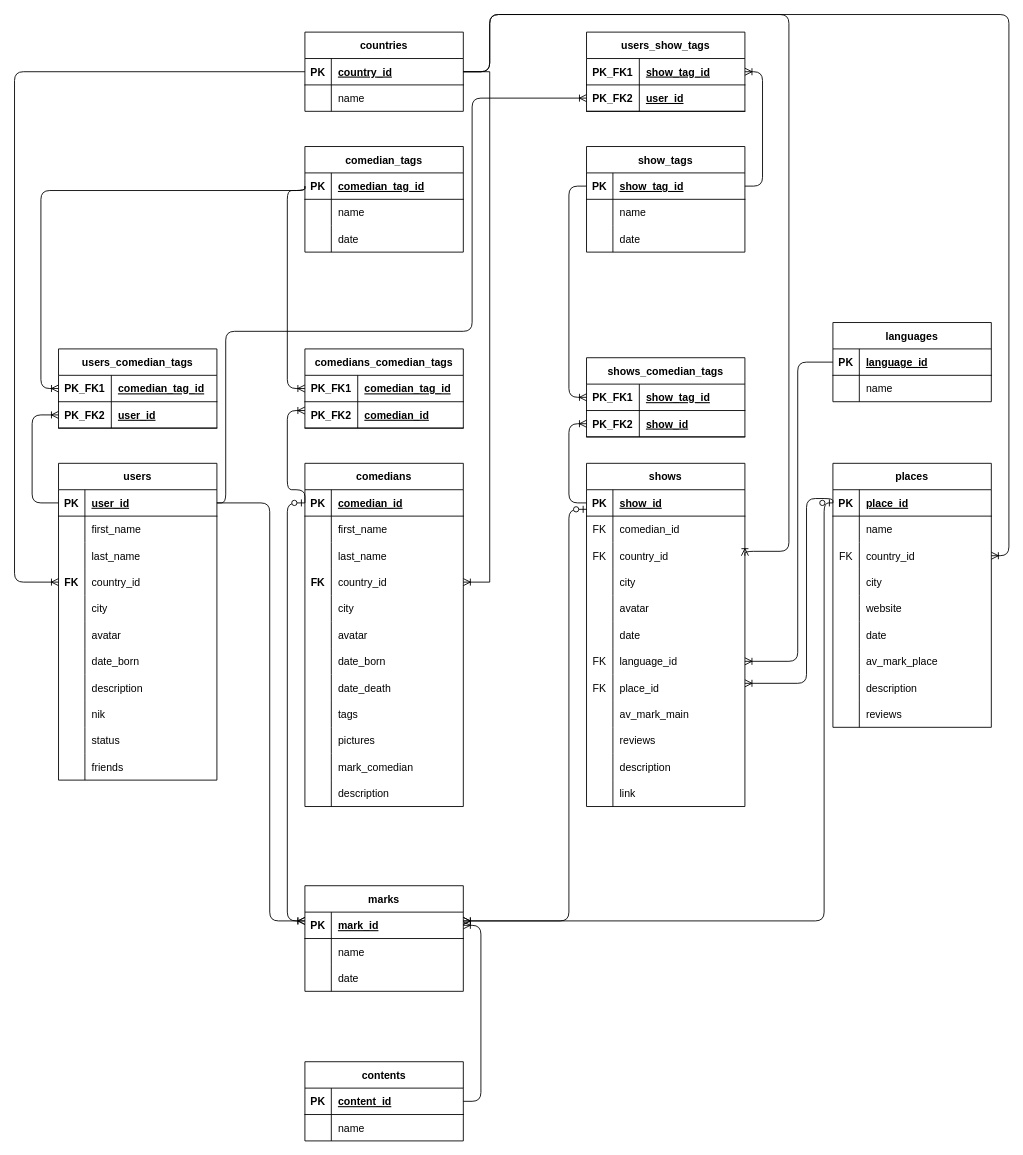
Earlier version of the draw.io diagram schema.drawio (gitSergeyhab/stand_up_1). Source tidied: cells renumbered, new cells numbered last; positions are measured from the earlier drawing's top-left corner, leaving out a move shared by most shapes. Both pictures are drawn from the tidied source at 88%, with x=0, y=0 at pixel (14, 14).
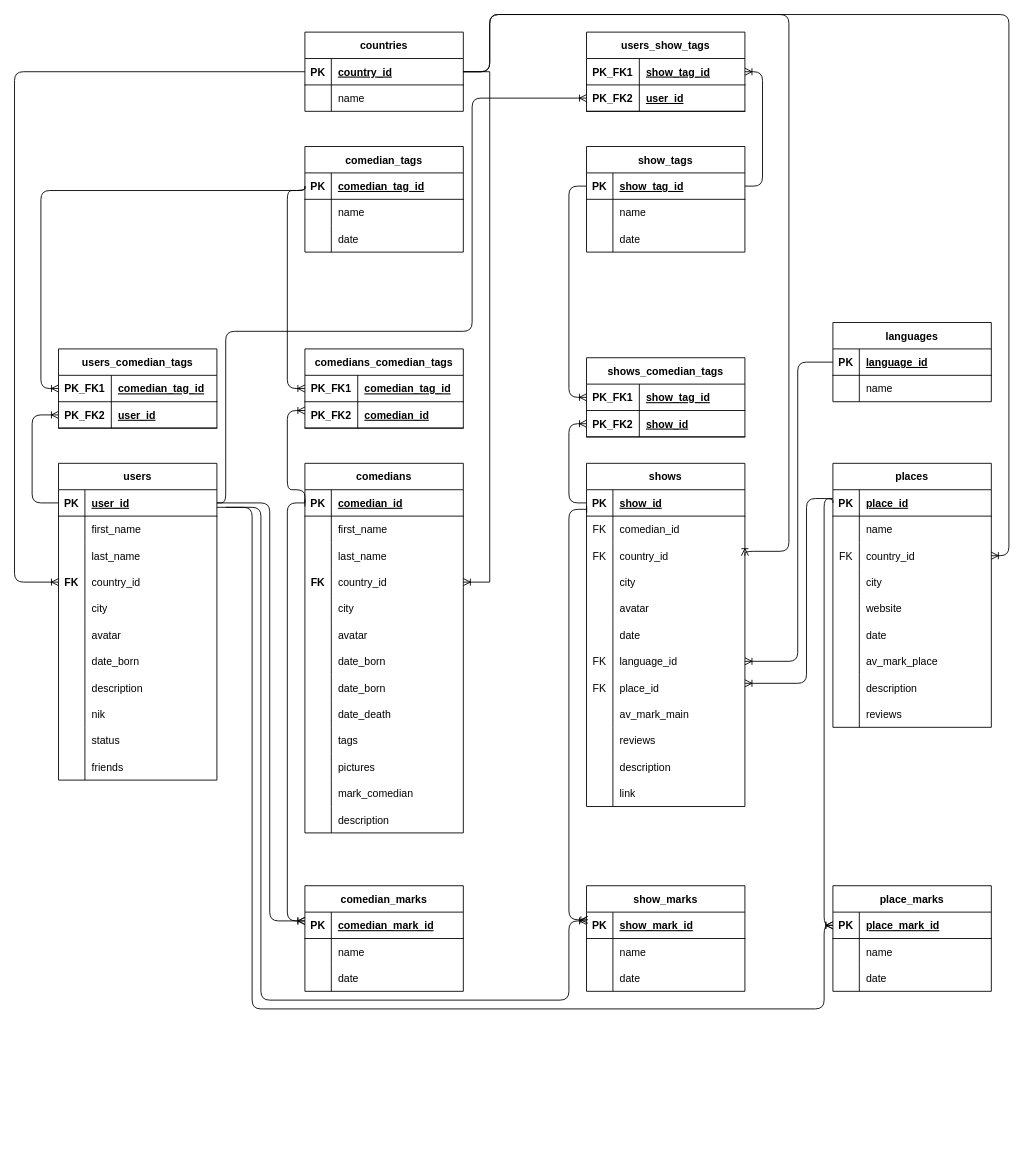
The same page after the edit.

Unchanged cells that the change refers to:
```xml
<mxCell id="3" style="shape=tableRow;horizontal=0;startSize=0;swimlaneHead=0;swimlaneBody=0;fillColor=none;points=[[0,0.5],[1,0.5]];portConstraint=eastwest;top=0;left=0;right=0;bottom=1;" parent="2" vertex="1">
  <mxGeometry y="30" width="180" height="30" as="geometry" />
</mxCell>
<mxCell id="54" style="shape=tableRow;horizontal=0;startSize=0;swimlaneHead=0;swimlaneBody=0;fillColor=none;points=[[0,0.5],[1,0.5]];portConstraint=eastwest;top=0;left=0;right=0;bottom=1;" parent="53" vertex="1">
  <mxGeometry y="30" width="180" height="30" as="geometry" />
</mxCell>
<mxCell id="91" style="shape=tableRow;horizontal=0;startSize=0;swimlaneHead=0;swimlaneBody=0;fillColor=none;points=[[0,0.5],[1,0.5]];portConstraint=eastwest;top=0;left=0;right=0;bottom=1;" parent="90" vertex="1">
  <mxGeometry y="30" width="180" height="30" as="geometry" />
</mxCell>
<mxCell id="119" style="shape=tableRow;horizontal=0;startSize=0;swimlaneHead=0;swimlaneBody=0;fillColor=none;points=[[0,0.5],[1,0.5]];portConstraint=eastwest;top=0;left=0;right=0;bottom=1;" parent="118" vertex="1">
  <mxGeometry y="30" width="180" height="30" as="geometry" />
</mxCell>
```

Diff of the diagram source:
```diff
@@
     <mxCell id="2" value="comedians" style="shape=table;startSize=30;childLayout=tableLayout;rowLines=0;fontStyle=1;align=center;" parent="1" vertex="1">
-      <mxGeometry x="330" y="510" width="180" height="390" as="geometry" />
+      <mxGeometry x="330" y="510" width="180" height="420" as="geometry" />
     </mxCell>
@@
+    <mxCell id="236" style="shape=tableRow;horizontal=0;startSize=0;swimlaneHead=0;swimlaneBody=0;fillColor=none;top=0;left=0;right=0;bottom=0;" parent="2" vertex="1">
+      <mxGeometry y="240" width="180" height="30" as="geometry" />
+    </mxCell>
+    <mxCell id="237" style="shape=partialRectangle;fillColor=none;top=0;left=0;bottom=0;right=0;overflow=hidden;" parent="236" vertex="1">
+      <mxGeometry width="30" height="30" as="geometry" />
+    </mxCell>
+    <mxCell id="238" value="date_born" style="shape=partialRectangle;fillColor=none;top=0;left=0;bottom=0;right=0;align=left;spacingLeft=6;overflow=hidden;" parent="236" vertex="1">
+      <mxGeometry x="30" width="150" height="30" as="geometry" />
+    </mxCell>
     <mxCell id="24" style="shape=tableRow;horizontal=0;startSize=0;swimlaneHead=0;swimlaneBody=0;fillColor=none;top=0;left=0;right=0;bottom=0;" parent="2" vertex="1">
-      <mxGeometry y="240" width="180" height="30" as="geometry" />
+      <mxGeometry y="270" width="180" height="30" as="geometry" />
     </mxCell>
@@
     <mxCell id="27" style="shape=tableRow;horizontal=0;startSize=0;swimlaneHead=0;swimlaneBody=0;fillColor=none;top=0;left=0;right=0;bottom=0;" parent="2" vertex="1">
-      <mxGeometry y="270" width="180" height="30" as="geometry" />
+      <mxGeometry y="300" width="180" height="30" as="geometry" />
     </mxCell>
@@
     <mxCell id="30" style="shape=tableRow;horizontal=0;startSize=0;swimlaneHead=0;swimlaneBody=0;fillColor=none;top=0;left=0;right=0;bottom=0;" parent="2" vertex="1">
-      <mxGeometry y="300" width="180" height="30" as="geometry" />
+      <mxGeometry y="330" width="180" height="30" as="geometry" />
     </mxCell>
@@
     <mxCell id="33" style="shape=tableRow;horizontal=0;startSize=0;swimlaneHead=0;swimlaneBody=0;fillColor=none;top=0;left=0;right=0;bottom=0;" parent="2" vertex="1">
-      <mxGeometry y="330" width="180" height="30" as="geometry" />
+      <mxGeometry y="360" width="180" height="30" as="geometry" />
     </mxCell>
@@
     <mxCell id="36" style="shape=tableRow;horizontal=0;startSize=0;swimlaneHead=0;swimlaneBody=0;fillColor=none;top=0;left=0;right=0;bottom=0;" parent="2" vertex="1">
-      <mxGeometry y="360" width="180" height="30" as="geometry" />
+      <mxGeometry y="390" width="180" height="30" as="geometry" />
     </mxCell>
@@
-    <mxCell id="118" value="marks" style="shape=table;startSize=30;childLayout=tableLayout;rowLines=0;fontStyle=1;align=center;" parent="1" vertex="1">
+    <mxCell id="118" value="comedian_marks" style="shape=table;startSize=30;childLayout=tableLayout;rowLines=0;fontStyle=1;align=center;" parent="1" vertex="1">
       <mxGeometry x="330" y="990" width="180" height="120" as="geometry" />
     </mxCell>
@@
-    <mxCell id="121" value="mark_id" style="shape=partialRectangle;fillColor=none;top=0;left=0;bottom=0;right=0;align=left;spacingLeft=6;fontStyle=5;overflow=hidden;" parent="119" vertex="1">
+    <mxCell id="121" value="comedian_mark_id" style="shape=partialRectangle;fillColor=none;top=0;left=0;bottom=0;right=0;align=left;spacingLeft=6;fontStyle=5;overflow=hidden;" parent="119" vertex="1">
       <mxGeometry x="30" width="150" height="30" as="geometry" />
     </mxCell>
@@
-    <mxCell id="225" value="contents" style="shape=table;startSize=30;childLayout=tableLayout;rowLines=0;fontStyle=1;align=center;" parent="1" vertex="1">
-      <mxGeometry x="330" y="1190" width="180" height="90" as="geometry" />
-    </mxCell>
-    <mxCell id="226" style="shape=tableRow;horizontal=0;startSize=0;swimlaneHead=0;swimlaneBody=0;fillColor=none;points=[[0,0.5],[1,0.5]];portConstraint=eastwest;top=0;left=0;right=0;bottom=1;" parent="225" vertex="1">
-      <mxGeometry y="30" width="180" height="30" as="geometry" />
-    </mxCell>
-    <mxCell id="227" value="PK" style="shape=partialRectangle;fillColor=none;top=0;left=0;bottom=0;right=0;fontStyle=1;overflow=hidden;" parent="226" vertex="1">
-      <mxGeometry width="30" height="30" as="geometry" />
-    </mxCell>
-    <mxCell id="228" value="content_id" style="shape=partialRectangle;fillColor=none;top=0;left=0;bottom=0;right=0;align=left;spacingLeft=6;fontStyle=5;overflow=hidden;" parent="226" vertex="1">
-      <mxGeometry x="30" width="150" height="30" as="geometry" />
-    </mxCell>
-    <mxCell id="229" style="shape=tableRow;horizontal=0;startSize=0;swimlaneHead=0;swimlaneBody=0;fillColor=none;top=0;left=0;right=0;bottom=0;" parent="225" vertex="1">
-      <mxGeometry y="60" width="180" height="30" as="geometry" />
-    </mxCell>
-    <mxCell id="230" style="shape=partialRectangle;fillColor=none;top=0;left=0;bottom=0;right=0;overflow=hidden;" parent="229" vertex="1">
-      <mxGeometry width="30" height="30" as="geometry" />
-    </mxCell>
-    <mxCell id="231" value="name" style="shape=partialRectangle;fillColor=none;top=0;left=0;bottom=0;right=0;align=left;spacingLeft=6;overflow=hidden;" parent="229" vertex="1">
-      <mxGeometry x="30" width="150" height="30" as="geometry" />
-    </mxCell>
-    <mxCell id="232" style="edgeStyle=orthogonalEdgeStyle;fontSize=12;html=1;endArrow=ERoneToMany;rounded=1;exitX=1;exitY=0.5;exitDx=0;exitDy=0;entryX=1;entryY=0.5;entryDx=0;entryDy=0;" parent="1" edge="1" source="226" target="119">
-      <mxGeometry relative="1" as="geometry">
-        <Array as="points">
-          <mxPoint x="530" y="1235" />
-          <mxPoint x="530" y="1035" />
-        </Array>
-      </mxGeometry>
-    </mxCell>
-    <mxCell id="233" style="edgeStyle=orthogonalEdgeStyle;fontSize=12;html=1;endArrow=ERoneToMany;startArrow=ERzeroToOne;rounded=1;" parent="1" edge="1" source="3">
+    <mxCell id="233" style="edgeStyle=orthogonalEdgeStyle;fontSize=12;html=1;endArrow=ERoneToMany;startArrow=baseDash;rounded=1;startFill=0;" parent="1" edge="1" source="3">
       <mxGeometry relative="1" as="geometry">
         <mxPoint x="330" y="1030" as="targetPoint" />
         <Array as="points">
           <mxPoint x="310" y="555" />
           <mxPoint x="310" y="1030" />
         </Array>
       </mxGeometry>
     </mxCell>
-    <mxCell id="234" style="edgeStyle=orthogonalEdgeStyle;fontSize=12;html=1;endArrow=ERoneToMany;startArrow=ERzeroToOne;rounded=1;exitX=0.001;exitY=0.742;exitDx=0;exitDy=0;exitPerimeter=0;" parent="1" edge="1" source="54">
+    <mxCell id="234" style="edgeStyle=orthogonalEdgeStyle;fontSize=12;html=1;endArrow=ERoneToMany;startArrow=baseDash;rounded=1;exitX=0.001;exitY=0.742;exitDx=0;exitDy=0;exitPerimeter=0;entryX=0.009;entryY=0.289;entryDx=0;entryDy=0;entryPerimeter=0;startFill=0;" parent="1" edge="1" source="54" target="240">
       <mxGeometry relative="1" as="geometry">
-        <mxPoint x="510" y="1030" as="targetPoint" />
         <Array as="points">
           <mxPoint x="630" y="562" />
-          <mxPoint x="630" y="1030" />
-          <mxPoint x="510" y="1030" />
+          <mxPoint x="630" y="1029" />
         </Array>
       </mxGeometry>
     </mxCell>
-    <mxCell id="235" style="edgeStyle=orthogonalEdgeStyle;fontSize=12;html=1;endArrow=ERoneToMany;startArrow=ERzeroToOne;rounded=1;exitX=0;exitY=0.5;exitDx=0;exitDy=0;jumpStyle=none;" parent="1" edge="1" source="91">
-      <mxGeometry relative="1" as="geometry">
-        <mxPoint x="510" y="1030" as="targetPoint" />
-        <Array as="points">
-          <mxPoint x="920" y="555" />
-          <mxPoint x="920" y="1030" />
-        </Array>
-      </mxGeometry>
-    </mxCell>
+    <mxCell id="239" value="show_marks" style="shape=table;startSize=30;childLayout=tableLayout;rowLines=0;fontStyle=1;align=center;" parent="1" vertex="1">
+      <mxGeometry x="650" y="990" width="180" height="120" as="geometry" />
+    </mxCell>
+    <mxCell id="240" style="shape=tableRow;horizontal=0;startSize=0;swimlaneHead=0;swimlaneBody=0;fillColor=none;points=[[0,0.5],[1,0.5]];portConstraint=eastwest;top=0;left=0;right=0;bottom=1;" parent="239" vertex="1">
+      <mxGeometry y="30" width="180" height="30" as="geometry" />
+    </mxCell>
+    <mxCell id="241" value="PK" style="shape=partialRectangle;fillColor=none;top=0;left=0;bottom=0;right=0;fontStyle=1;overflow=hidden;" parent="240" vertex="1">
+      <mxGeometry width="30" height="30" as="geometry" />
+    </mxCell>
+    <mxCell id="242" value="show_mark_id" style="shape=partialRectangle;fillColor=none;top=0;left=0;bottom=0;right=0;align=left;spacingLeft=6;fontStyle=5;overflow=hidden;" parent="240" vertex="1">
+      <mxGeometry x="30" width="150" height="30" as="geometry" />
+    </mxCell>
+    <mxCell id="243" style="shape=tableRow;horizontal=0;startSize=0;swimlaneHead=0;swimlaneBody=0;fillColor=none;top=0;left=0;right=0;bottom=0;" parent="239" vertex="1">
+      <mxGeometry y="60" width="180" height="30" as="geometry" />
+    </mxCell>
+    <mxCell id="244" style="shape=partialRectangle;fillColor=none;top=0;left=0;bottom=0;right=0;overflow=hidden;" parent="243" vertex="1">
+      <mxGeometry width="30" height="30" as="geometry" />
+    </mxCell>
+    <mxCell id="245" value="name" style="shape=partialRectangle;fillColor=none;top=0;left=0;bottom=0;right=0;align=left;spacingLeft=6;overflow=hidden;" parent="243" vertex="1">
+      <mxGeometry x="30" width="150" height="30" as="geometry" />
+    </mxCell>
+    <mxCell id="246" style="shape=tableRow;horizontal=0;startSize=0;swimlaneHead=0;swimlaneBody=0;fillColor=none;top=0;left=0;right=0;bottom=0;" parent="239" vertex="1">
+      <mxGeometry y="90" width="180" height="30" as="geometry" />
+    </mxCell>
+    <mxCell id="247" style="shape=partialRectangle;fillColor=none;top=0;left=0;bottom=0;right=0;overflow=hidden;" parent="246" vertex="1">
+      <mxGeometry width="30" height="30" as="geometry" />
+    </mxCell>
+    <mxCell id="248" value="date" style="shape=partialRectangle;fillColor=none;top=0;left=0;bottom=0;right=0;align=left;spacingLeft=6;overflow=hidden;" parent="246" vertex="1">
+      <mxGeometry x="30" width="150" height="30" as="geometry" />
+    </mxCell>
+    <mxCell id="249" value="place_marks" style="shape=table;startSize=30;childLayout=tableLayout;rowLines=0;fontStyle=1;align=center;" parent="1" vertex="1">
+      <mxGeometry x="930" y="990" width="180" height="120" as="geometry" />
+    </mxCell>
+    <mxCell id="250" style="shape=tableRow;horizontal=0;startSize=0;swimlaneHead=0;swimlaneBody=0;fillColor=none;points=[[0,0.5],[1,0.5]];portConstraint=eastwest;top=0;left=0;right=0;bottom=1;" parent="249" vertex="1">
+      <mxGeometry y="30" width="180" height="30" as="geometry" />
+    </mxCell>
+    <mxCell id="251" value="PK" style="shape=partialRectangle;fillColor=none;top=0;left=0;bottom=0;right=0;fontStyle=1;overflow=hidden;" parent="250" vertex="1">
+      <mxGeometry width="30" height="30" as="geometry" />
+    </mxCell>
+    <mxCell id="252" value="place_mark_id" style="shape=partialRectangle;fillColor=none;top=0;left=0;bottom=0;right=0;align=left;spacingLeft=6;fontStyle=5;overflow=hidden;" parent="250" vertex="1">
+      <mxGeometry x="30" width="150" height="30" as="geometry" />
+    </mxCell>
+    <mxCell id="253" style="shape=tableRow;horizontal=0;startSize=0;swimlaneHead=0;swimlaneBody=0;fillColor=none;top=0;left=0;right=0;bottom=0;" parent="249" vertex="1">
+      <mxGeometry y="60" width="180" height="30" as="geometry" />
+    </mxCell>
+    <mxCell id="254" style="shape=partialRectangle;fillColor=none;top=0;left=0;bottom=0;right=0;overflow=hidden;" parent="253" vertex="1">
+      <mxGeometry width="30" height="30" as="geometry" />
+    </mxCell>
+    <mxCell id="255" value="name" style="shape=partialRectangle;fillColor=none;top=0;left=0;bottom=0;right=0;align=left;spacingLeft=6;overflow=hidden;" parent="253" vertex="1">
+      <mxGeometry x="30" width="150" height="30" as="geometry" />
+    </mxCell>
+    <mxCell id="256" style="shape=tableRow;horizontal=0;startSize=0;swimlaneHead=0;swimlaneBody=0;fillColor=none;top=0;left=0;right=0;bottom=0;" parent="249" vertex="1">
+      <mxGeometry y="90" width="180" height="30" as="geometry" />
+    </mxCell>
+    <mxCell id="257" style="shape=partialRectangle;fillColor=none;top=0;left=0;bottom=0;right=0;overflow=hidden;" parent="256" vertex="1">
+      <mxGeometry width="30" height="30" as="geometry" />
+    </mxCell>
+    <mxCell id="258" value="date" style="shape=partialRectangle;fillColor=none;top=0;left=0;bottom=0;right=0;align=left;spacingLeft=6;overflow=hidden;" parent="256" vertex="1">
+      <mxGeometry x="30" width="150" height="30" as="geometry" />
+    </mxCell>
+    <mxCell id="259" style="edgeStyle=orthogonalEdgeStyle;fontSize=12;html=1;endArrow=ERoneToMany;rounded=1;entryX=0;entryY=0.5;entryDx=0;entryDy=0;" parent="1" edge="1" target="250">
+      <mxGeometry relative="1" as="geometry">
+        <mxPoint x="930" y="550" as="sourcePoint" />
+        <Array as="points">
+          <mxPoint x="920" y="550" />
+          <mxPoint x="920" y="1035" />
+        </Array>
+      </mxGeometry>
+    </mxCell>
+    <mxCell id="260" style="edgeStyle=orthogonalEdgeStyle;fontSize=12;html=1;endArrow=ERoneToMany;rounded=1;entryX=0;entryY=0.333;entryDx=0;entryDy=0;entryPerimeter=0;" parent="1" edge="1" target="240">
+      <mxGeometry relative="1" as="geometry">
+        <mxPoint x="230" y="560" as="sourcePoint" />
+        <Array as="points">
+          <mxPoint x="280" y="560" />
+          <mxPoint x="280" y="1120" />
+          <mxPoint x="630" y="1120" />
+          <mxPoint x="630" y="1030" />
+        </Array>
+      </mxGeometry>
+    </mxCell>
+    <mxCell id="261" style="edgeStyle=orthogonalEdgeStyle;fontSize=12;html=1;endArrow=ERoneToMany;rounded=1;" parent="1" edge="1" target="250">
+      <mxGeometry relative="1" as="geometry">
+        <mxPoint x="240" y="560" as="sourcePoint" />
+        <Array as="points">
+          <mxPoint x="270" y="560" />
+          <mxPoint x="270" y="1130" />
+          <mxPoint x="920" y="1130" />
+          <mxPoint x="920" y="1035" />
+        </Array>
+      </mxGeometry>
+    </mxCell>
```
